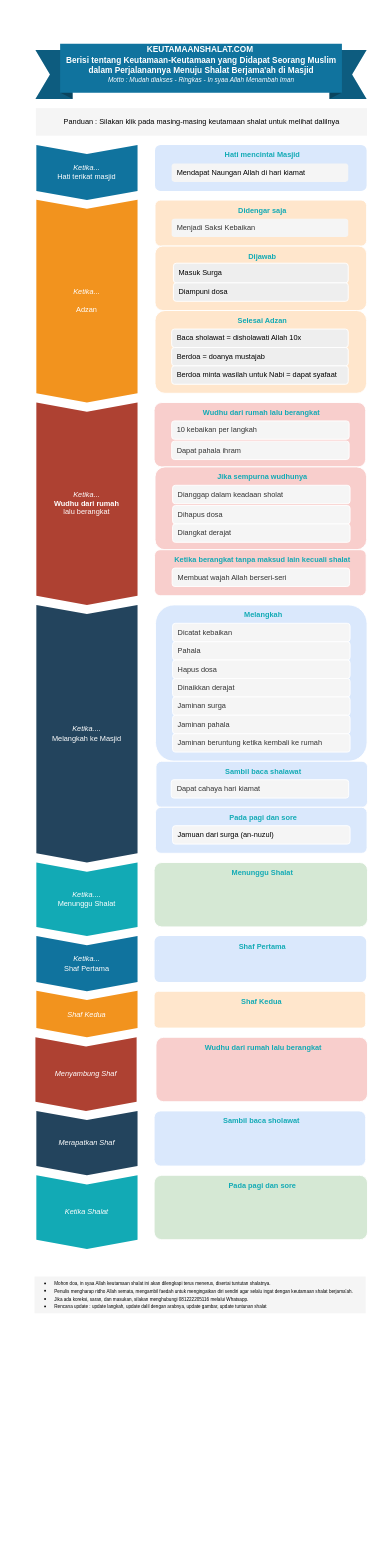
The draw.io diagram page "MAIN" (1 of 23) of KEUTAMAANSHALAT.drawio.xml in zedorezt/keutamaanshalat, before the edit. Source tidied: cells renumbered, new cells numbered last; positions are measured from the earlier drawing's top-left corner, leaving out a move shared by most shapes. Both pictures are drawn from the tidied source at 92%, with x=0, y=0 at pixel (16, 43).
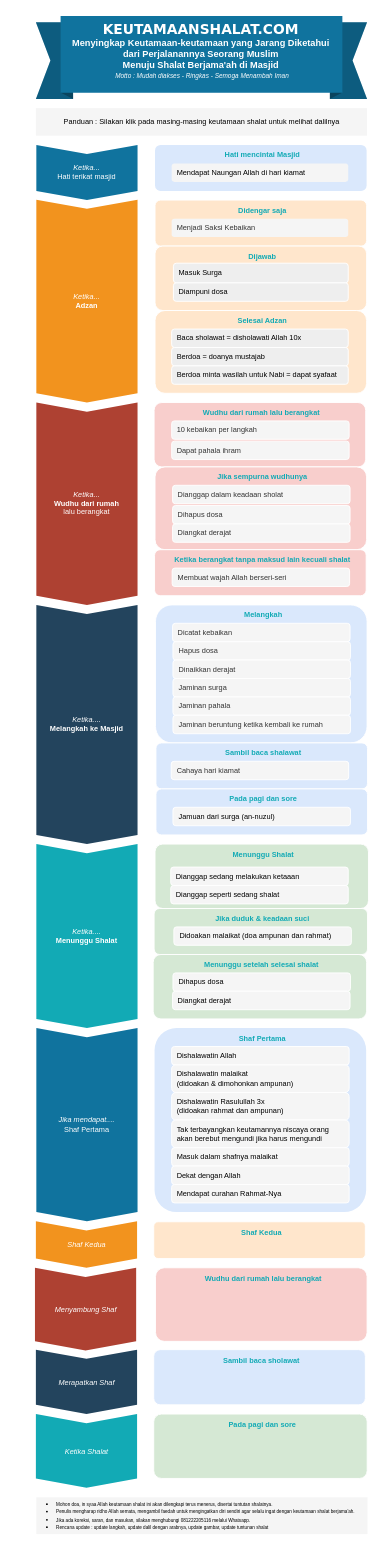
After the change.

Diff of the diagram source:
```diff
@@
-    <mxCell id="4" value="&lt;i style=&quot;color: rgb(255, 255, 255);&quot;&gt;Ketika...&lt;br&gt;&lt;/i&gt;&lt;font color=&quot;#ffffff&quot; style=&quot;font-size: 8px;&quot;&gt;&lt;br&gt;Adzan&lt;/font&gt;" style="shape=step;perimeter=stepPerimeter;whiteSpace=wrap;html=1;fixedSize=1;size=10;direction=south;fillColor=#F2931E;strokeColor=none;rounded=0;fontSize=8;" parent="1" vertex="1">
+    <mxCell id="4" value="&lt;i style=&quot;color: rgb(255, 255, 255);&quot;&gt;Ketika...&lt;/i&gt;&lt;font color=&quot;#ffffff&quot; style=&quot;font-size: 8px;&quot;&gt;&lt;br&gt;&lt;b&gt;Adzan&lt;/b&gt;&lt;/font&gt;" style="shape=step;perimeter=stepPerimeter;whiteSpace=wrap;html=1;fixedSize=1;size=10;direction=south;fillColor=#F2931E;strokeColor=none;rounded=0;fontSize=8;" parent="1" vertex="1">
       <mxGeometry x="22" y="169.5" width="110" height="220.5" as="geometry" />
     </mxCell>
@@
-    <mxCell id="6" value="&lt;font color=&quot;#ffffff&quot;&gt;&lt;i&gt;Ketika....&lt;/i&gt;&lt;br&gt;Melangkah ke Masjid&lt;/font&gt;" style="shape=step;perimeter=stepPerimeter;whiteSpace=wrap;html=1;fixedSize=1;size=10;direction=south;fillColor=#23445D;strokeColor=none;rounded=0;fontSize=8;" parent="1" vertex="1">
-      <mxGeometry x="22" y="610" width="110" height="280" as="geometry" />
+    <mxCell id="6" value="&lt;font color=&quot;#ffffff&quot;&gt;&lt;i&gt;Ketika....&lt;/i&gt;&lt;br&gt;&lt;b&gt;Melangkah ke Masjid&lt;/b&gt;&lt;/font&gt;" style="shape=step;perimeter=stepPerimeter;whiteSpace=wrap;html=1;fixedSize=1;size=10;direction=south;fillColor=#23445D;strokeColor=none;rounded=0;fontSize=8;" parent="1" vertex="1">
+      <mxGeometry x="22" y="610" width="110" height="260" as="geometry" />
     </mxCell>
-    <mxCell id="7" value="&lt;i style=&quot;color: rgb(255, 255, 255);&quot;&gt;Ketika....&lt;/i&gt;&lt;br style=&quot;color: rgb(255, 255, 255);&quot;&gt;&lt;span style=&quot;color: rgb(255, 255, 255);&quot;&gt;Menunggu Shalat&lt;/span&gt;" style="shape=step;perimeter=stepPerimeter;whiteSpace=wrap;html=1;fixedSize=1;size=10;direction=south;fillColor=#12AAB5;strokeColor=none;rounded=0;fontSize=8;" parent="1" vertex="1">
-      <mxGeometry x="22" y="890" width="110" height="80" as="geometry" />
+    <mxCell id="7" value="&lt;i style=&quot;color: rgb(255, 255, 255);&quot;&gt;Ketika....&lt;/i&gt;&lt;br style=&quot;color: rgb(255, 255, 255);&quot;&gt;&lt;span style=&quot;color: rgb(255, 255, 255);&quot;&gt;&lt;b&gt;Menunggu Shalat&lt;/b&gt;&lt;/span&gt;" style="shape=step;perimeter=stepPerimeter;whiteSpace=wrap;html=1;fixedSize=1;size=10;direction=south;fillColor=#12AAB5;strokeColor=none;rounded=0;fontSize=8;" parent="1" vertex="1">
+      <mxGeometry x="22" y="870" width="110" height="200" as="geometry" />
     </mxCell>
@@
     <mxCell id="27" value="&lt;font style=&quot;font-size: 8px;&quot;&gt;&lt;font color=&quot;#12aab5&quot;&gt;&lt;b&gt;Melangkah&lt;/b&gt;&lt;/font&gt;&lt;br style=&quot;font-size: 8px;&quot;&gt;&lt;/font&gt;" style="rounded=1;strokeColor=#FFFFFF;fillColor=#dae8fc;align=center;arcSize=12;verticalAlign=top;whiteSpace=wrap;html=1;fontSize=8;spacingLeft=4;" parent="1" vertex="1">
-      <mxGeometry x="151.5" y="610" width="230" height="170" as="geometry" />
+      <mxGeometry x="151.5" y="610" width="230" height="150" as="geometry" />
     </mxCell>
@@
-    <mxCell id="29" value="Pahala" style="rounded=1;whiteSpace=wrap;html=1;fontSize=8;fillColor=#f5f5f5;strokeColor=#FFFFFF;align=left;fontColor=#333333;spacingLeft=4;" parent="1" vertex="1">
-      <mxGeometry x="170.1" y="650" width="192.9" height="20" as="geometry" />
-    </mxCell>
     <mxCell id="30" value="Hapus dosa" style="rounded=1;whiteSpace=wrap;html=1;fontSize=8;fillColor=#f5f5f5;strokeColor=#FFFFFF;align=left;fontColor=#333333;spacingLeft=4;" parent="1" vertex="1">
-      <mxGeometry x="170.1" y="670" width="192.9" height="20" as="geometry" />
+      <mxGeometry x="170.5" y="650" width="192.9" height="20" as="geometry" />
     </mxCell>
     <mxCell id="31" value="Dinaikkan derajat" style="rounded=1;whiteSpace=wrap;html=1;fontSize=8;fillColor=#f5f5f5;strokeColor=#FFFFFF;align=left;fontColor=#333333;spacingLeft=4;" parent="1" vertex="1">
-      <mxGeometry x="170.1" y="690" width="192.9" height="20" as="geometry" />
+      <mxGeometry x="170.5" y="670" width="192.9" height="20" as="geometry" />
     </mxCell>
     <mxCell id="32" value="Jaminan surga" style="rounded=1;whiteSpace=wrap;html=1;fontSize=8;fillColor=#f5f5f5;strokeColor=#FFFFFF;align=left;fontColor=#333333;spacingLeft=4;" parent="1" vertex="1">
-      <mxGeometry x="170.1" y="710" width="192.9" height="20" as="geometry" />
+      <mxGeometry x="170.5" y="690" width="192.9" height="20" as="geometry" />
     </mxCell>
     <mxCell id="33" value="Jaminan pahala" style="rounded=1;whiteSpace=wrap;html=1;fontSize=8;fillColor=#f5f5f5;strokeColor=#FFFFFF;align=left;fontColor=#333333;spacingLeft=4;" parent="1" vertex="1">
-      <mxGeometry x="170.1" y="730" width="192.9" height="20" as="geometry" />
+      <mxGeometry x="170.5" y="710" width="192.9" height="20" as="geometry" />
     </mxCell>
     <mxCell id="34" value="Jaminan beruntung ketika kembali ke rumah" style="rounded=1;whiteSpace=wrap;html=1;fontSize=8;fillColor=#f5f5f5;strokeColor=#FFFFFF;align=left;fontColor=#333333;spacingLeft=4;" parent="1" vertex="1">
-      <mxGeometry x="170.1" y="750" width="192.9" height="20" as="geometry" />
+      <mxGeometry x="170.5" y="730" width="192.9" height="20" as="geometry" />
     </mxCell>
     <mxCell id="35" value="&lt;font style=&quot;font-size: 8px;&quot;&gt;&lt;font color=&quot;#12aab5&quot;&gt;&lt;b&gt;Sambil baca shalawat&lt;/b&gt;&lt;/font&gt;&lt;br style=&quot;font-size: 8px;&quot;&gt;&lt;/font&gt;" style="rounded=1;strokeColor=#FFFFFF;fillColor=#dae8fc;align=center;arcSize=12;verticalAlign=top;whiteSpace=wrap;html=1;fontSize=8;spacingLeft=4;" parent="1" vertex="1">
-      <mxGeometry x="152" y="780" width="230" height="50" as="geometry" />
+      <mxGeometry x="152" y="760" width="230" height="50" as="geometry" />
     </mxCell>
-    <mxCell id="36" value="Dapat cahaya hari kiamat" style="rounded=1;whiteSpace=wrap;html=1;fontSize=8;fillColor=#f5f5f5;strokeColor=#FFFFFF;align=left;fontColor=#333333;spacingLeft=4;" parent="1" vertex="1">
-      <mxGeometry x="168.6" y="800" width="192.9" height="20" as="geometry" />
+    <mxCell id="36" value="Cahaya hari kiamat" style="rounded=1;whiteSpace=wrap;html=1;fontSize=8;fillColor=#f5f5f5;strokeColor=#FFFFFF;align=left;fontColor=#333333;spacingLeft=4;" parent="1" vertex="1">
+      <mxGeometry x="168.6" y="780" width="192.9" height="20" as="geometry" />
     </mxCell>
     <mxCell id="37" value="&lt;font style=&quot;font-size: 8px;&quot;&gt;&lt;font color=&quot;#12aab5&quot;&gt;&lt;b&gt;Pada pagi dan sore&lt;/b&gt;&lt;/font&gt;&lt;br style=&quot;font-size: 8px;&quot;&gt;&lt;/font&gt;" style="rounded=1;strokeColor=#FFFFFF;fillColor=#dae8fc;align=center;arcSize=12;verticalAlign=top;whiteSpace=wrap;html=1;fontSize=8;spacingLeft=4;" parent="1" vertex="1">
-      <mxGeometry x="151.5" y="830" width="230" height="50" as="geometry" />
+      <mxGeometry x="152" y="810" width="230" height="50" as="geometry" />
     </mxCell>
     <mxCell id="38" value="&lt;span style=&quot;color: rgb(0, 0, 0);&quot;&gt;Jamuan dari surga (an-nuzul)&lt;/span&gt;" style="rounded=1;whiteSpace=wrap;html=1;fontSize=8;fillColor=#f5f5f5;strokeColor=#FFFFFF;align=left;fontColor=#333333;spacingLeft=4;" parent="1" vertex="1">
-      <mxGeometry x="170.1" y="850" width="192.9" height="20" as="geometry" />
+      <mxGeometry x="170.5" y="830" width="192.9" height="20" as="geometry" />
     </mxCell>
-    <mxCell id="39" value="&lt;div style=&quot;font-size: 9px;&quot;&gt;&lt;font style=&quot;font-size: 9px;&quot;&gt;KEUTAMAANSHALAT.COM&amp;nbsp;&lt;/font&gt;&lt;/div&gt;&lt;div style=&quot;font-size: 9px;&quot;&gt;&lt;font style=&quot;font-size: 9px;&quot;&gt;Berisi t&lt;/font&gt;&lt;span style=&quot;background-color: initial;&quot;&gt;entang Keutamaan-Keutamaan yang Didapat Seorang Muslim&lt;/span&gt;&lt;/div&gt;&lt;div style=&quot;font-size: 9px;&quot;&gt;&lt;font style=&quot;font-size: 9px;&quot;&gt;dalam Perjalanannya Menuju Shalat Berjama'ah di Masjid&lt;/font&gt;&lt;/div&gt;&lt;div style=&quot;&quot;&gt;&lt;font style=&quot;font-size: 7px;&quot;&gt;&lt;i style=&quot;font-weight: normal;&quot;&gt;Motto : Mudah diakses - Ringkas - In syaa Allah Menambah Iman&lt;/i&gt;&lt;/font&gt;&lt;/div&gt;" style="html=1;shape=mxgraph.infographic.banner;dx=26.86;dy=6.79;notch=15.81;fillColor=#10739E;strokeColor=none;align=center;verticalAlign=middle;fontColor=#ffffff;fontSize=9;fontStyle=1;spacingBottom=15;rounded=0;" parent="1" vertex="1">
-      <mxGeometry x="21" width="360" height="60" as="geometry" />
+    <mxCell id="39" value="&lt;div style=&quot;&quot;&gt;&lt;font face=&quot;Verdana&quot; style=&quot;font-size: 15px;&quot;&gt;KEUTAMAANSHALAT.COM&lt;/font&gt;&lt;font style=&quot;font-size: 11px;&quot;&gt;&amp;nbsp;&lt;/font&gt;&lt;/div&gt;&lt;div style=&quot;font-size: 10px;&quot;&gt;&lt;font style=&quot;font-size: 10px;&quot;&gt;Menyingkap Keutamaan-keutamaan&amp;nbsp;&lt;/font&gt;&lt;span style=&quot;background-color: initial;&quot;&gt;yang Jarang Diketahui&amp;nbsp;&lt;/span&gt;&lt;/div&gt;&lt;div style=&quot;font-size: 10px;&quot;&gt;&lt;span style=&quot;background-color: initial;&quot;&gt;dari Perjalanannya Seorang Muslim&amp;nbsp;&lt;/span&gt;&lt;/div&gt;&lt;div style=&quot;font-size: 10px;&quot;&gt;&lt;span style=&quot;background-color: initial;&quot;&gt;Menuju Shalat Berjama'ah di Masjid&amp;nbsp;&lt;/span&gt;&lt;/div&gt;&lt;div style=&quot;&quot;&gt;&lt;font style=&quot;font-size: 7px;&quot;&gt;&lt;i style=&quot;font-weight: normal;&quot;&gt;Motto : Mudah diakses - Ringkas - Semoga Menambah Iman&lt;/i&gt;&lt;/font&gt;&lt;/div&gt;" style="html=1;shape=mxgraph.infographic.banner;dx=26.86;dy=6.79;notch=15.81;fillColor=#10739E;strokeColor=none;align=center;verticalAlign=middle;fontColor=#ffffff;fontSize=9;fontStyle=1;spacingBottom=15;rounded=0;fontFamily=Helvetica;" parent="1" vertex="1">
+      <mxGeometry x="21.5" y="-30" width="360" height="90" as="geometry" />
     </mxCell>
@@
     <mxCell id="42" style="rounded=0;whiteSpace=wrap;html=1;strokeColor=none;fontSize=2;fillColor=#f5f5f5;fontColor=#333333;align=left;spacingLeft=20;" parent="1" vertex="1">
-      <mxGeometry x="20" y="1340" width="360" height="40" as="geometry" />
+      <mxGeometry x="22" y="1580" width="360" height="40" as="geometry" />
     </mxCell>
@@
-    <mxCell id="44" value="&lt;font color=&quot;#ffffff&quot; style=&quot;&quot;&gt;&lt;i&gt;Ketika...&lt;/i&gt;&lt;br&gt;Shaf Pertama&lt;/font&gt;" style="shape=step;perimeter=stepPerimeter;whiteSpace=wrap;html=1;fixedSize=1;size=10;direction=south;fillColor=#10739E;strokeColor=none;rounded=0;fontSize=8;" parent="1" vertex="1">
-      <mxGeometry x="22" y="970" width="110" height="60" as="geometry" />
+    <mxCell id="44" value="&lt;font color=&quot;#ffffff&quot; style=&quot;&quot;&gt;&lt;i&gt;Jika mendapat....&lt;/i&gt;&lt;br&gt;Shaf Pertama&lt;/font&gt;" style="shape=step;perimeter=stepPerimeter;whiteSpace=wrap;html=1;fixedSize=1;size=10;direction=south;fillColor=#10739E;strokeColor=none;rounded=0;fontSize=8;" parent="1" vertex="1">
+      <mxGeometry x="22" y="1070" width="110" height="210" as="geometry" />
     </mxCell>
     <mxCell id="45" value="&lt;font color=&quot;#ffffff&quot;&gt;&lt;i&gt;Shaf Kedua&lt;/i&gt;&lt;/font&gt;" style="shape=step;perimeter=stepPerimeter;whiteSpace=wrap;html=1;fixedSize=1;size=10;direction=south;fillColor=#F2931E;strokeColor=none;rounded=0;fontSize=8;" parent="1" vertex="1">
-      <mxGeometry x="22" y="1029.5" width="110" height="50.5" as="geometry" />
+      <mxGeometry x="21.5" y="1280" width="110" height="50.5" as="geometry" />
     </mxCell>
     <mxCell id="46" value="&lt;font color=&quot;#ffffff&quot;&gt;&lt;i&gt;Menyambung Shaf&lt;/i&gt;&lt;br&gt;&lt;/font&gt;" style="shape=step;perimeter=stepPerimeter;whiteSpace=wrap;html=1;fixedSize=1;size=10;direction=south;fillColor=#AE4132;strokeColor=none;rounded=0;fontSize=8;" parent="1" vertex="1">
-      <mxGeometry x="21" y="1080" width="110" height="80" as="geometry" />
+      <mxGeometry x="20.5" y="1330.5" width="110" height="90" as="geometry" />
     </mxCell>
     <mxCell id="47" value="&lt;font style=&quot;font-size: 8px;&quot;&gt;&lt;font color=&quot;#12aab5&quot;&gt;&lt;b&gt;Menunggu Shalat&lt;/b&gt;&lt;/font&gt;&lt;br style=&quot;font-size: 8px;&quot;&gt;&lt;/font&gt;" style="rounded=1;strokeColor=#FFFFFF;fillColor=#d5e8d4;align=center;arcSize=12;verticalAlign=top;whiteSpace=wrap;html=1;fontSize=8;spacingLeft=4;" parent="1" vertex="1">
-      <mxGeometry x="150" y="890" width="232" height="70" as="geometry" />
+      <mxGeometry x="151" y="870" width="232" height="70" as="geometry" />
     </mxCell>
     <mxCell id="48" value="&lt;font style=&quot;font-size: 8px;&quot;&gt;&lt;font color=&quot;#12aab5&quot;&gt;&lt;b&gt;Shaf Pertama&lt;/b&gt;&lt;/font&gt;&lt;br style=&quot;font-size: 8px;&quot;&gt;&lt;/font&gt;" style="rounded=1;strokeColor=none;fillColor=#dae8fc;align=center;arcSize=12;verticalAlign=top;whiteSpace=wrap;html=1;fontSize=8;spacingLeft=4;" parent="1" vertex="1">
-      <mxGeometry x="150.5" y="970" width="230" height="50" as="geometry" />
+      <mxGeometry x="150.5" y="1070" width="230" height="200" as="geometry" />
     </mxCell>
     <mxCell id="49" value="&lt;font style=&quot;font-size: 8px;&quot;&gt;&lt;font color=&quot;#12aab5&quot;&gt;&lt;b&gt;Shaf Kedua&lt;/b&gt;&lt;/font&gt;&lt;br style=&quot;font-size: 8px;&quot;&gt;&lt;/font&gt;" style="rounded=1;strokeColor=#FFFFFF;fillColor=#ffe6cc;align=center;arcSize=12;verticalAlign=top;whiteSpace=wrap;html=1;fontSize=8;spacingLeft=4;" parent="1" vertex="1">
-      <mxGeometry x="150" y="1030" width="230" height="40" as="geometry" />
+      <mxGeometry x="149.6" y="1280.5" width="230" height="40" as="geometry" />
     </mxCell>
     <mxCell id="50" value="&lt;font style=&quot;font-size: 8px;&quot;&gt;&lt;font color=&quot;#12aab5&quot; style=&quot;font-size: 8px;&quot;&gt;&lt;b style=&quot;font-size: 8px;&quot;&gt;Wudhu dari rumah lalu berangkat&lt;/b&gt;&lt;/font&gt;&lt;br style=&quot;font-size: 8px;&quot;&gt;&lt;/font&gt;" style="rounded=1;strokeColor=#FFFFFF;fillColor=#f8cecc;align=center;arcSize=12;verticalAlign=top;whiteSpace=wrap;html=1;fontSize=8;spacingLeft=4;" parent="1" vertex="1">
-      <mxGeometry x="152" y="1080" width="230" height="70" as="geometry" />
+      <mxGeometry x="151.5" y="1330.5" width="230" height="80" as="geometry" />
     </mxCell>
     <mxCell id="51" value="&lt;font color=&quot;#ffffff&quot;&gt;&lt;i&gt;Merapatkan Shaf&lt;/i&gt;&lt;/font&gt;" style="shape=step;perimeter=stepPerimeter;whiteSpace=wrap;html=1;fixedSize=1;size=10;direction=south;fillColor=#23445D;strokeColor=none;rounded=0;fontSize=8;" parent="1" vertex="1">
-      <mxGeometry x="22" y="1160" width="110" height="70" as="geometry" />
+      <mxGeometry x="21.5" y="1419.5" width="110" height="70" as="geometry" />
     </mxCell>
     <mxCell id="52" value="&lt;font style=&quot;font-size: 8px;&quot;&gt;&lt;font color=&quot;#12aab5&quot;&gt;&lt;b&gt;Sambil baca sholawat&lt;/b&gt;&lt;/font&gt;&lt;br style=&quot;font-size: 8px;&quot;&gt;&lt;/font&gt;" style="rounded=1;strokeColor=#FFFFFF;fillColor=#dae8fc;align=center;arcSize=12;verticalAlign=top;whiteSpace=wrap;html=1;fontSize=8;spacingLeft=4;" parent="1" vertex="1">
-      <mxGeometry x="150" y="1160" width="230" height="60" as="geometry" />
+      <mxGeometry x="149.6" y="1419.5" width="230" height="60" as="geometry" />
     </mxCell>
     <mxCell id="53" value="&lt;font color=&quot;#ffffff&quot;&gt;&lt;i&gt;Ketika Shalat&lt;/i&gt;&lt;/font&gt;" style="shape=step;perimeter=stepPerimeter;whiteSpace=wrap;html=1;fixedSize=1;size=10;direction=south;fillColor=#12AAB5;strokeColor=none;rounded=0;fontSize=8;" parent="1" vertex="1">
-      <mxGeometry x="22" y="1230" width="110" height="80" as="geometry" />
+      <mxGeometry x="21.5" y="1489.5" width="110" height="80" as="geometry" />
     </mxCell>
     <mxCell id="54" value="&lt;font style=&quot;font-size: 8px;&quot;&gt;&lt;font color=&quot;#12aab5&quot;&gt;&lt;b&gt;Pada pagi dan sore&lt;/b&gt;&lt;/font&gt;&lt;br style=&quot;font-size: 8px;&quot;&gt;&lt;/font&gt;" style="rounded=1;strokeColor=#FFFFFF;fillColor=#d5e8d4;align=center;arcSize=12;verticalAlign=top;whiteSpace=wrap;html=1;fontSize=8;spacingLeft=4;" parent="1" vertex="1">
-      <mxGeometry x="150" y="1230" width="232" height="70" as="geometry" />
+      <mxGeometry x="149.6" y="1489.5" width="232" height="70" as="geometry" />
     </mxCell>
+    <mxCell id="55" value="&lt;span style=&quot;color: rgb(0, 0, 0);&quot;&gt;Dianggap sedang melakukan ketaaan&lt;br&gt;&lt;/span&gt;" style="rounded=1;whiteSpace=wrap;html=1;fontSize=8;fillColor=#f5f5f5;strokeColor=#FFFFFF;align=left;fontColor=#333333;spacingLeft=4;" parent="1" vertex="1">
+      <mxGeometry x="168.1" y="895" width="192.9" height="20" as="geometry" />
+    </mxCell>
+    <mxCell id="56" value="&lt;span style=&quot;color: rgb(0, 0, 0);&quot;&gt;Dianggap seperti sedang shalat&lt;br&gt;&lt;/span&gt;" style="rounded=1;whiteSpace=wrap;html=1;fontSize=8;fillColor=#f5f5f5;strokeColor=#FFFFFF;align=left;fontColor=#333333;spacingLeft=4;" parent="1" vertex="1">
+      <mxGeometry x="168.1" y="915" width="192.9" height="20" as="geometry" />
+    </mxCell>
+    <mxCell id="57" value="&lt;font style=&quot;font-size: 8px;&quot;&gt;&lt;font color=&quot;#12aab5&quot;&gt;&lt;b&gt;Jika duduk &amp;amp; keadaan suci&lt;/b&gt;&lt;/font&gt;&lt;br style=&quot;font-size: 8px;&quot;&gt;&lt;/font&gt;" style="rounded=1;strokeColor=#FFFFFF;fillColor=#d5e8d4;align=center;arcSize=12;verticalAlign=top;whiteSpace=wrap;html=1;fontSize=8;spacingLeft=4;" parent="1" vertex="1">
+      <mxGeometry x="150" y="940" width="232" height="50" as="geometry" />
+    </mxCell>
+    <mxCell id="58" value="&lt;span style=&quot;color: rgb(0, 0, 0);&quot;&gt;Didoakan malaikat (doa ampunan dan rahmat)&lt;br&gt;&lt;/span&gt;" style="rounded=1;whiteSpace=wrap;html=1;fontSize=8;fillColor=#f5f5f5;strokeColor=#FFFFFF;align=left;fontColor=#333333;spacingLeft=4;" parent="1" vertex="1">
+      <mxGeometry x="171.5" y="960" width="192.9" height="20" as="geometry" />
+    </mxCell>
+    <mxCell id="59" value="&lt;font style=&quot;font-size: 8px;&quot;&gt;&lt;font color=&quot;#12aab5&quot;&gt;&lt;b&gt;Menunggu setelah selesai shalat&lt;/b&gt;&lt;/font&gt;&lt;br style=&quot;font-size: 8px;&quot;&gt;&lt;/font&gt;" style="rounded=1;strokeColor=#FFFFFF;fillColor=#d5e8d4;align=center;arcSize=12;verticalAlign=top;whiteSpace=wrap;html=1;fontSize=8;spacingLeft=4;" parent="1" vertex="1">
+      <mxGeometry x="149" y="990" width="232" height="70" as="geometry" />
+    </mxCell>
+    <mxCell id="60" value="&lt;span style=&quot;color: rgb(0, 0, 0);&quot;&gt;Dihapus dosa&lt;br&gt;&lt;/span&gt;" style="rounded=1;whiteSpace=wrap;html=1;fontSize=8;fillColor=#f5f5f5;strokeColor=#FFFFFF;align=left;fontColor=#333333;spacingLeft=4;" parent="1" vertex="1">
+      <mxGeometry x="170.5" y="1010" width="192.9" height="20" as="geometry" />
+    </mxCell>
+    <mxCell id="61" value="&lt;span style=&quot;color: rgb(0, 0, 0);&quot;&gt;Diangkat derajat&lt;br&gt;&lt;/span&gt;" style="rounded=1;whiteSpace=wrap;html=1;fontSize=8;fillColor=#f5f5f5;strokeColor=#FFFFFF;align=left;fontColor=#333333;spacingLeft=4;" parent="1" vertex="1">
+      <mxGeometry x="170.1" y="1030" width="192.9" height="20" as="geometry" />
+    </mxCell>
+    <mxCell id="62" value="&lt;span style=&quot;color: rgb(0, 0, 0);&quot;&gt;Dishalawatin Allah&lt;br&gt;&lt;/span&gt;" style="rounded=1;whiteSpace=wrap;html=1;fontSize=8;fillColor=#f5f5f5;strokeColor=#FFFFFF;align=left;fontColor=#333333;spacingLeft=4;" parent="1" vertex="1">
+      <mxGeometry x="169.1" y="1090" width="192.9" height="20" as="geometry" />
+    </mxCell>
+    <mxCell id="63" value="&lt;span style=&quot;color: rgb(0, 0, 0);&quot;&gt;Dishalawatin malaikat &lt;br&gt;(didoakan &amp;amp; dimohonkan ampunan)&lt;br&gt;&lt;/span&gt;" style="rounded=1;whiteSpace=wrap;html=1;fontSize=8;fillColor=#f5f5f5;strokeColor=#FFFFFF;align=left;fontColor=#333333;spacingLeft=4;" parent="1" vertex="1">
+      <mxGeometry x="169.1" y="1110" width="192.9" height="30" as="geometry" />
+    </mxCell>
+    <mxCell id="64" value="&lt;span style=&quot;color: rgb(0, 0, 0);&quot;&gt;Dishalawatin Rasulullah 3x&amp;nbsp;&lt;br&gt;(didoakan rahmat dan ampunan)&lt;br&gt;&lt;/span&gt;" style="rounded=1;whiteSpace=wrap;html=1;fontSize=8;fillColor=#f5f5f5;strokeColor=#FFFFFF;align=left;fontColor=#333333;spacingLeft=4;" parent="1" vertex="1">
+      <mxGeometry x="169.1" y="1140" width="192.9" height="30" as="geometry" />
+    </mxCell>
+    <mxCell id="65" value="&lt;font color=&quot;#000000&quot;&gt;Tak terbayangkan keutamannya niscaya orang akan berebut mengundi jika harus mengundi&lt;/font&gt;" style="rounded=1;whiteSpace=wrap;html=1;fontSize=8;fillColor=#f5f5f5;strokeColor=#FFFFFF;align=left;fontColor=#333333;spacingLeft=4;spacingRight=4;" parent="1" vertex="1">
+      <mxGeometry x="169.1" y="1170" width="192.9" height="30" as="geometry" />
+    </mxCell>
+    <mxCell id="66" value="&lt;font color=&quot;#000000&quot;&gt;Masuk dalam shafnya malaikat&lt;br&gt;&lt;/font&gt;" style="rounded=1;whiteSpace=wrap;html=1;fontSize=8;fillColor=#f5f5f5;strokeColor=#FFFFFF;align=left;fontColor=#333333;spacingLeft=4;" parent="1" vertex="1">
+      <mxGeometry x="169.1" y="1200" width="192.9" height="20" as="geometry" />
+    </mxCell>
+    <mxCell id="67" value="&lt;span style=&quot;color: rgb(0, 0, 0);&quot;&gt;Mendapat curahan Rahmat-Nya&lt;br&gt;&lt;/span&gt;" style="rounded=1;whiteSpace=wrap;html=1;fontSize=8;fillColor=#f5f5f5;strokeColor=#FFFFFF;align=left;fontColor=#333333;spacingLeft=4;" parent="1" vertex="1">
+      <mxGeometry x="169.1" y="1240" width="192.9" height="20" as="geometry" />
+    </mxCell>
+    <mxCell id="68" value="&lt;span style=&quot;color: rgb(0, 0, 0);&quot;&gt;Dekat dengan Allah&lt;br&gt;&lt;/span&gt;" style="rounded=1;whiteSpace=wrap;html=1;fontSize=8;fillColor=#f5f5f5;strokeColor=#FFFFFF;align=left;fontColor=#333333;spacingLeft=4;" parent="1" vertex="1">
+      <mxGeometry x="169.1" y="1220" width="192.9" height="20" as="geometry" />
+    </mxCell>
```
